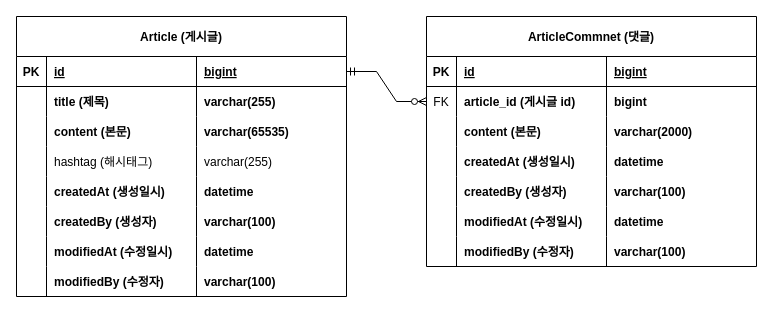
Before: document/document.drawio in sorayeon/project-board, a draw.io diagram. Source tidied: cells renumbered, new cells numbered last; positions are measured from the earlier drawing's top-left corner, leaving out a move shared by most shapes. Both pictures are drawn from the tidied source at 100%, with x=0, y=0 at pixel (16, 16).
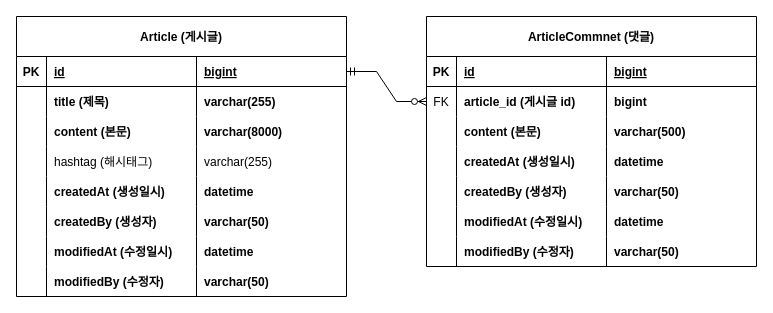
The same diagram, later.

Commit message:
#5 - ERD 를 도메인 클래스에 맞게 수정

도메인 클래스에 맞춰서 수정

Unchanged cells that the change refers to:
```xml
<mxCell id="11" style="shape=tableRow;horizontal=0;startSize=0;swimlaneHead=0;swimlaneBody=0;fillColor=none;top=0;left=0;right=0;bottom=0;" parent="2" vertex="1">
  <mxGeometry y="100" width="330" height="30" as="geometry" />
</mxCell>
<mxCell id="23" style="shape=tableRow;horizontal=0;startSize=0;swimlaneHead=0;swimlaneBody=0;fillColor=none;top=0;left=0;right=0;bottom=0;" parent="2" vertex="1">
  <mxGeometry y="190" width="330" height="30" as="geometry" />
</mxCell>
<mxCell id="31" style="shape=tableRow;horizontal=0;startSize=0;swimlaneHead=0;swimlaneBody=0;fillColor=none;top=0;left=0;right=0;bottom=0;" parent="2" vertex="1">
  <mxGeometry y="250" width="330" height="30" as="geometry" />
</mxCell>
<mxCell id="44" style="shape=tableRow;horizontal=0;startSize=0;swimlaneHead=0;swimlaneBody=0;fillColor=none;top=0;left=0;right=0;bottom=0;" parent="35" vertex="1">
  <mxGeometry y="100" width="330" height="30" as="geometry" />
</mxCell>
<mxCell id="52" style="shape=tableRow;horizontal=0;startSize=0;swimlaneHead=0;swimlaneBody=0;fillColor=none;top=0;left=0;right=0;bottom=0;" parent="35" vertex="1">
  <mxGeometry y="160" width="330" height="30" as="geometry" />
</mxCell>
<mxCell id="60" style="shape=tableRow;horizontal=0;startSize=0;swimlaneHead=0;swimlaneBody=0;fillColor=none;top=0;left=0;right=0;bottom=0;" parent="35" vertex="1">
  <mxGeometry y="220" width="330" height="30" as="geometry" />
</mxCell>
```

Diff of the diagram source:
```diff
@@
-    <mxCell id="14" value="varchar(65535)" style="shape=partialRectangle;fillColor=none;top=0;left=0;bottom=0;right=0;align=left;spacingLeft=6;overflow=hidden;fontStyle=1;" parent="11" vertex="1">
+    <mxCell id="14" value="varchar(8000)" style="shape=partialRectangle;fillColor=none;top=0;left=0;bottom=0;right=0;align=left;spacingLeft=6;overflow=hidden;fontStyle=1;" parent="11" vertex="1">
       <mxGeometry x="180" width="150" height="30" as="geometry" />
     </mxCell>
@@
-    <mxCell id="26" value="varchar(100)" style="shape=partialRectangle;fillColor=none;top=0;left=0;bottom=0;right=0;align=left;spacingLeft=6;overflow=hidden;fontStyle=1;" parent="23" vertex="1">
+    <mxCell id="26" value="varchar(50)" style="shape=partialRectangle;fillColor=none;top=0;left=0;bottom=0;right=0;align=left;spacingLeft=6;overflow=hidden;fontStyle=1;" parent="23" vertex="1">
       <mxGeometry x="180" width="150" height="30" as="geometry" />
     </mxCell>
@@
-    <mxCell id="34" value="varchar(100)" style="shape=partialRectangle;fillColor=none;top=0;left=0;bottom=0;right=0;align=left;spacingLeft=6;overflow=hidden;fontStyle=1;" parent="31" vertex="1">
+    <mxCell id="34" value="varchar(50)" style="shape=partialRectangle;fillColor=none;top=0;left=0;bottom=0;right=0;align=left;spacingLeft=6;overflow=hidden;fontStyle=1;" parent="31" vertex="1">
       <mxGeometry x="180" width="150" height="30" as="geometry" />
     </mxCell>
@@
-    <mxCell id="47" value="varchar(2000)" style="shape=partialRectangle;fillColor=none;top=0;left=0;bottom=0;right=0;align=left;spacingLeft=6;overflow=hidden;fontStyle=1;" parent="44" vertex="1">
+    <mxCell id="47" value="varchar(500)" style="shape=partialRectangle;fillColor=none;top=0;left=0;bottom=0;right=0;align=left;spacingLeft=6;overflow=hidden;fontStyle=1;" parent="44" vertex="1">
       <mxGeometry x="180" width="150" height="30" as="geometry" />
     </mxCell>
@@
-    <mxCell id="55" value="varchar(100)" style="shape=partialRectangle;fillColor=none;top=0;left=0;bottom=0;right=0;align=left;spacingLeft=6;overflow=hidden;fontStyle=1;" parent="52" vertex="1">
+    <mxCell id="55" value="varchar(50)" style="shape=partialRectangle;fillColor=none;top=0;left=0;bottom=0;right=0;align=left;spacingLeft=6;overflow=hidden;fontStyle=1;" parent="52" vertex="1">
       <mxGeometry x="180" width="150" height="30" as="geometry" />
     </mxCell>
@@
-    <mxCell id="63" value="varchar(100)" style="shape=partialRectangle;fillColor=none;top=0;left=0;bottom=0;right=0;align=left;spacingLeft=6;overflow=hidden;fontStyle=1;" parent="60" vertex="1">
+    <mxCell id="63" value="varchar(50)" style="shape=partialRectangle;fillColor=none;top=0;left=0;bottom=0;right=0;align=left;spacingLeft=6;overflow=hidden;fontStyle=1;" parent="60" vertex="1">
       <mxGeometry x="180" width="150" height="30" as="geometry" />
     </mxCell>
```
